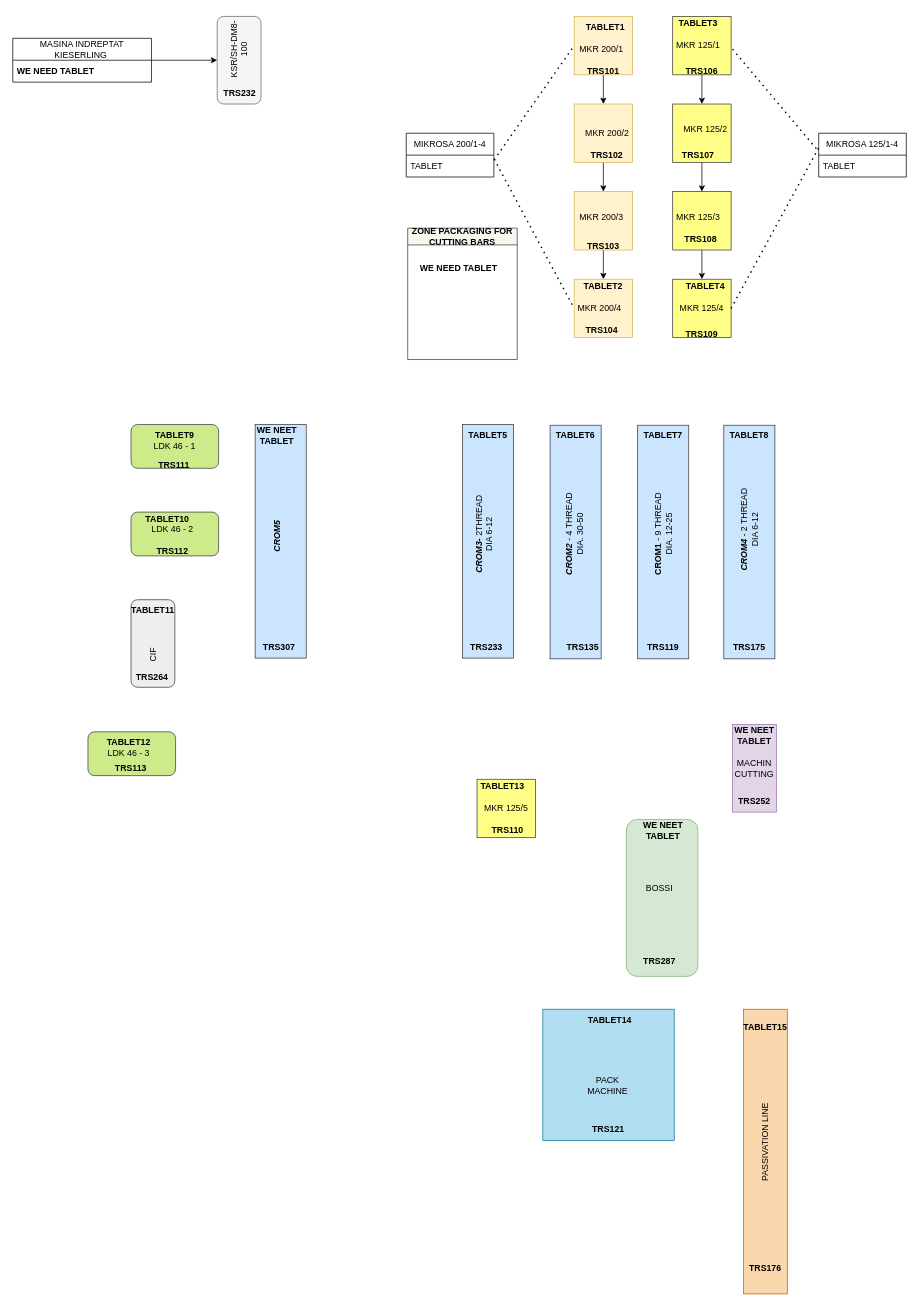
This is page "Page-2" (2 of 2) of Untitled Diagram.drawio from TomaAndreeaCristina/proiect_final, a draw.io file, before an edit. Source tidied: cells renumbered, new cells numbered last; positions are measured from the earlier drawing's top-left corner, leaving out a move shared by most shapes. Both pictures are drawn from the tidied source at 73%, with x=0, y=0 at pixel (12, 12).
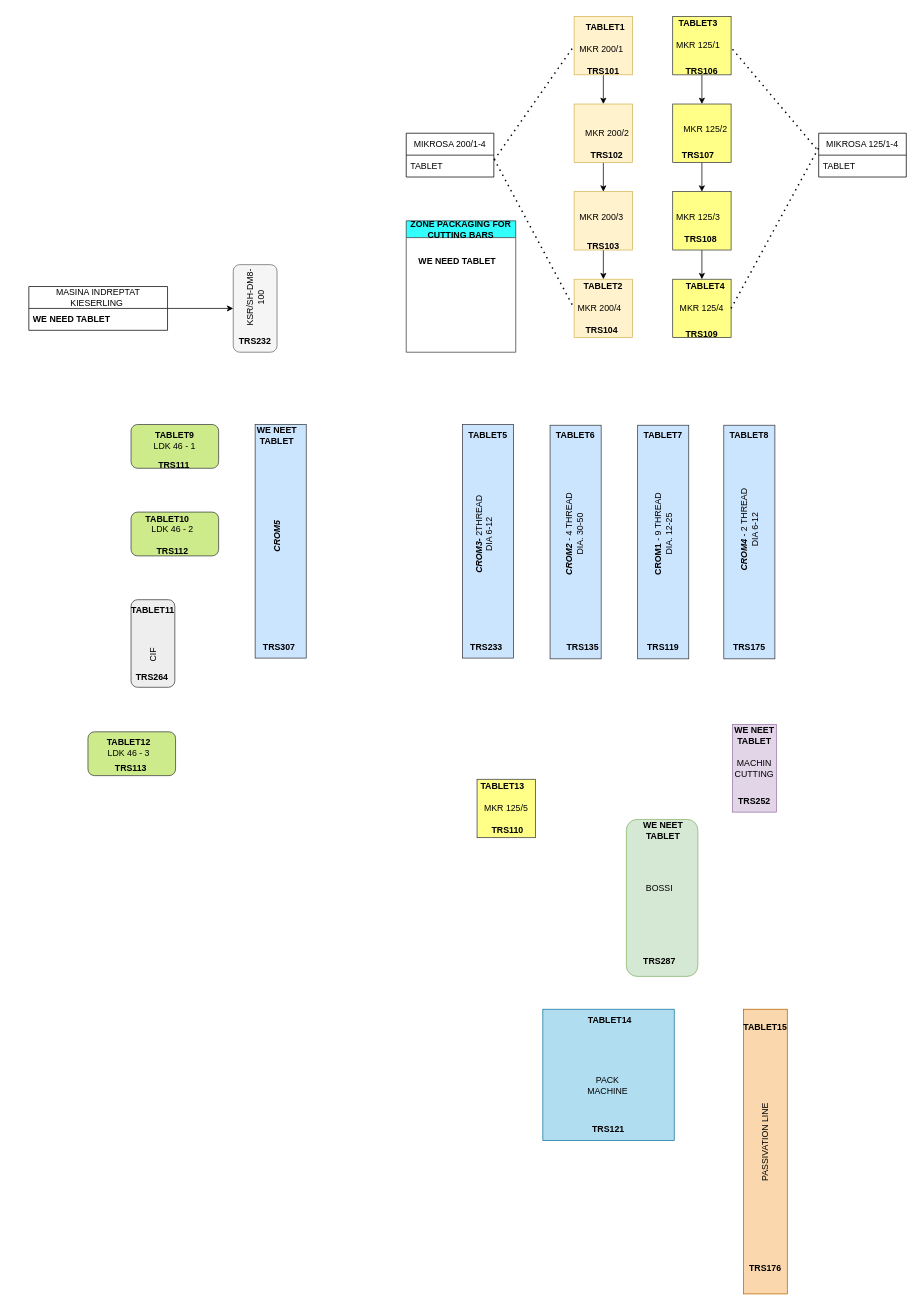
The same diagram, later.

The edit, as a diff of the source:
```diff
@@
     <mxCell id="2" style="rounded=1;whiteSpace=wrap;html=1;rotation=90;fillColor=#f5f5f5;fontColor=#333333;strokeColor=#666666;" parent="1" vertex="1">
-      <mxGeometry x="250" y="35" width="120" height="60" as="geometry" />
+      <mxGeometry x="272" y="375" width="120" height="60" as="geometry" />
     </mxCell>
@@
     <mxCell id="20" value="KSR/SH-DM8-100" style="text;html=1;align=center;verticalAlign=middle;whiteSpace=wrap;rounded=0;rotation=-90;" parent="1" vertex="1">
-      <mxGeometry x="265" y="35" width="90" height="30" as="geometry" />
+      <mxGeometry x="287" y="375" width="90" height="30" as="geometry" />
     </mxCell>
@@
     <mxCell id="22" value="MASINA INDREPTAT KIESERLING&amp;nbsp;" style="swimlane;fontStyle=0;horizontal=1;startSize=30;whiteSpace=wrap;html=1;" parent="1" vertex="1">
-      <mxGeometry y="35" width="190" height="60" as="geometry" />
+      <mxGeometry x="22" y="375" width="190" height="60" as="geometry" />
     </mxCell>
@@
-    <mxCell id="51" value="ZONE PACKAGING FOR CUTTING BARS" style="swimlane;whiteSpace=wrap;html=1;fillColor=#f9f7ed;strokeColor=#36393d;" parent="1" vertex="1">
-      <mxGeometry x="541" y="295" width="150" height="180" as="geometry" />
+    <mxCell id="51" value="ZONE PACKAGING FOR CUTTING BARS" style="swimlane;whiteSpace=wrap;html=1;fillColor=#33FFFF;strokeColor=#36393d;" parent="1" vertex="1">
+      <mxGeometry x="539" y="285" width="150" height="180" as="geometry" />
     </mxCell>
@@
     <mxCell id="95" value="&lt;b&gt;TRS232&lt;/b&gt;" style="text;html=1;whiteSpace=wrap;strokeColor=none;fillColor=none;align=center;verticalAlign=middle;rounded=0;" parent="1" vertex="1">
-      <mxGeometry x="281" y="95" width="60" height="30" as="geometry" />
+      <mxGeometry x="302" y="435" width="60" height="30" as="geometry" />
     </mxCell>
```
